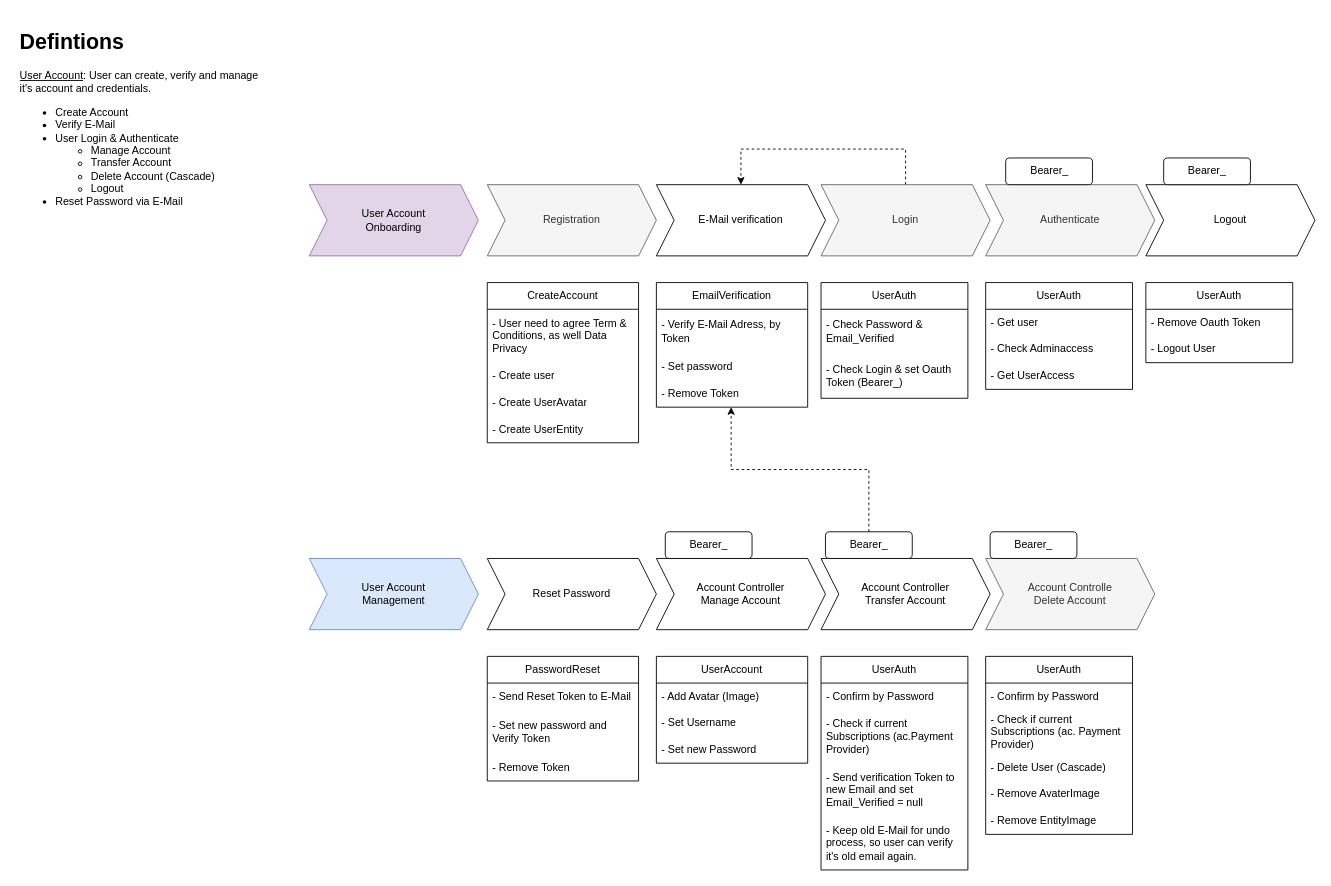
Above: page "Process Overview" (2 of 6) of docs/Features/01 - Useraccount.drawio in CarlsonBuma/laravel-quasar-template (draw.io), before the change. Source tidied: cells renumbered, new cells numbered last; positions are measured from the earlier drawing's top-left corner, leaving out a move shared by most shapes. Both pictures are drawn from the tidied source at 89%, with x=0, y=0 at pixel (15, 24).
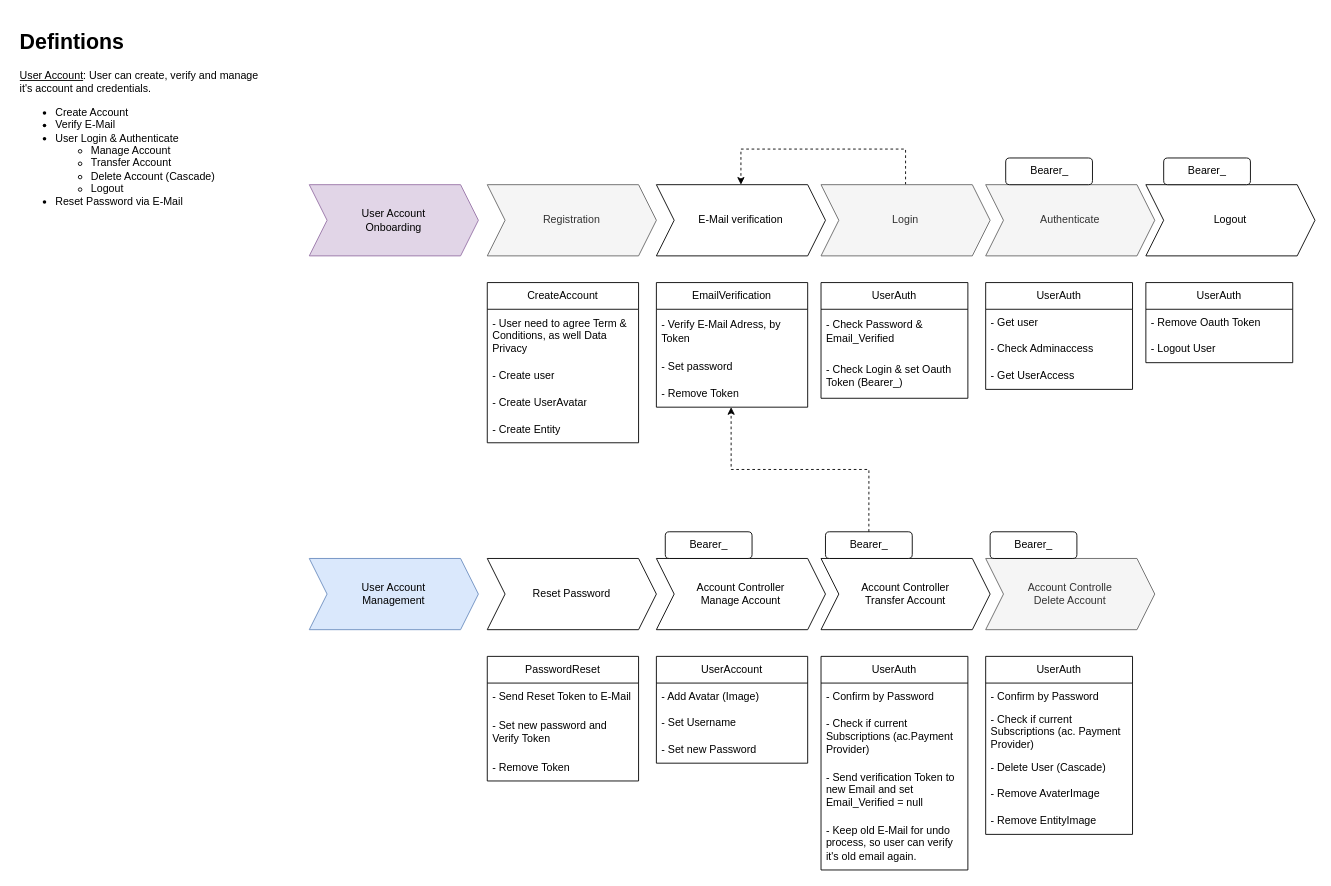
The same diagram, later.

Unchanged cells that the change refers to:
```xml
<mxCell id="3" value="CreateAccount" style="swimlane;fontStyle=0;horizontal=1;startSize=30;whiteSpace=wrap;html=1;" parent="1" vertex="1">
  <mxGeometry x="530" y="290" width="170" height="180" as="geometry" />
</mxCell>
```

What changed in the source:
```diff
@@
-    <mxCell id="7" value="- Create UserEntity" style="text;strokeColor=none;fillColor=none;align=left;verticalAlign=middle;spacingLeft=4;spacingRight=4;overflow=hidden;whiteSpace=wrap;html=1;" parent="3" vertex="1">
+    <mxCell id="7" value="- Create Entity" style="text;strokeColor=none;fillColor=none;align=left;verticalAlign=middle;spacingLeft=4;spacingRight=4;overflow=hidden;whiteSpace=wrap;html=1;" parent="3" vertex="1">
       <mxGeometry y="150" width="170" height="30" as="geometry" />
     </mxCell>
```
